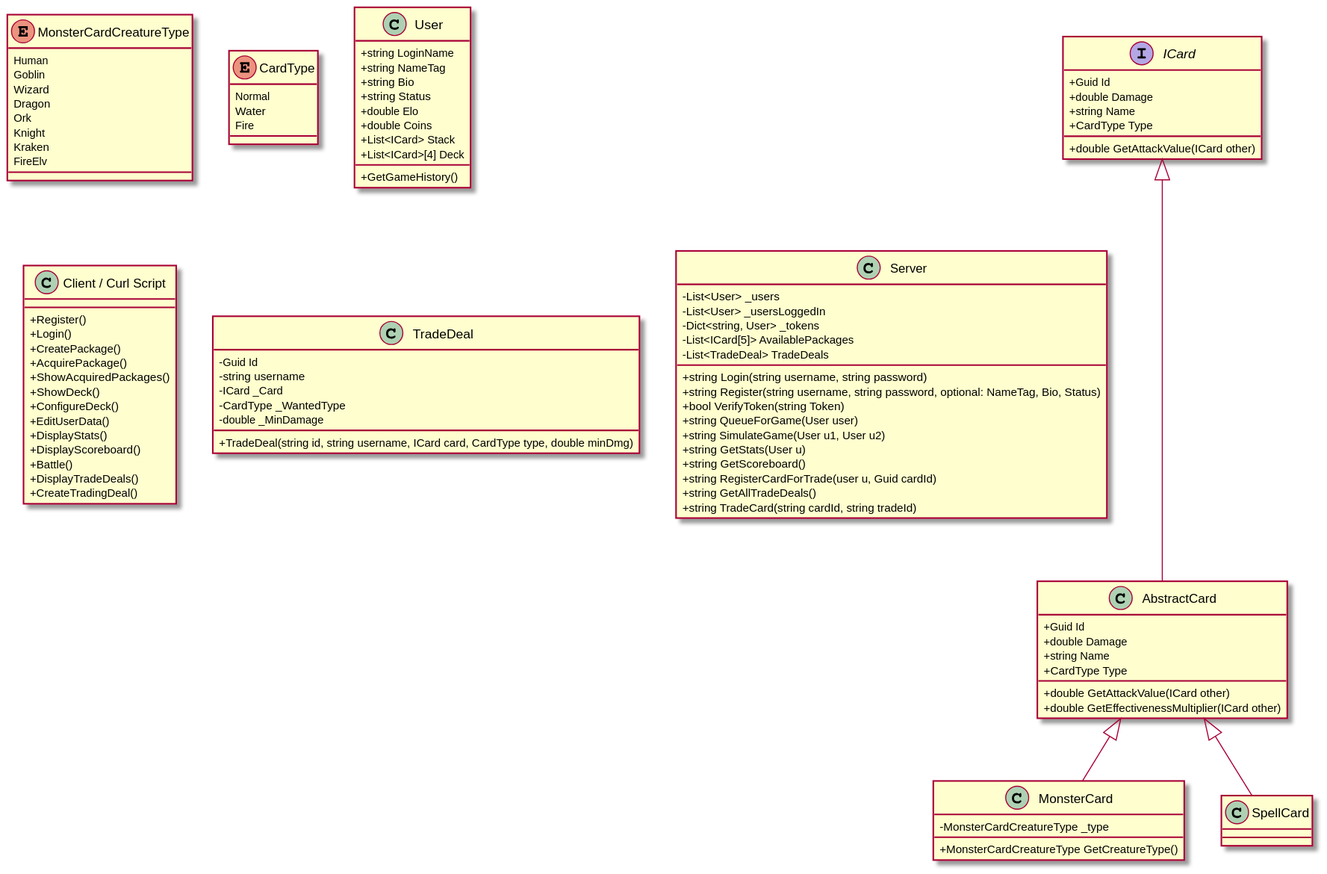
Before: class_diagram.svg, a diagram exported from PlantUML (cellularegg/swe-mtcg).
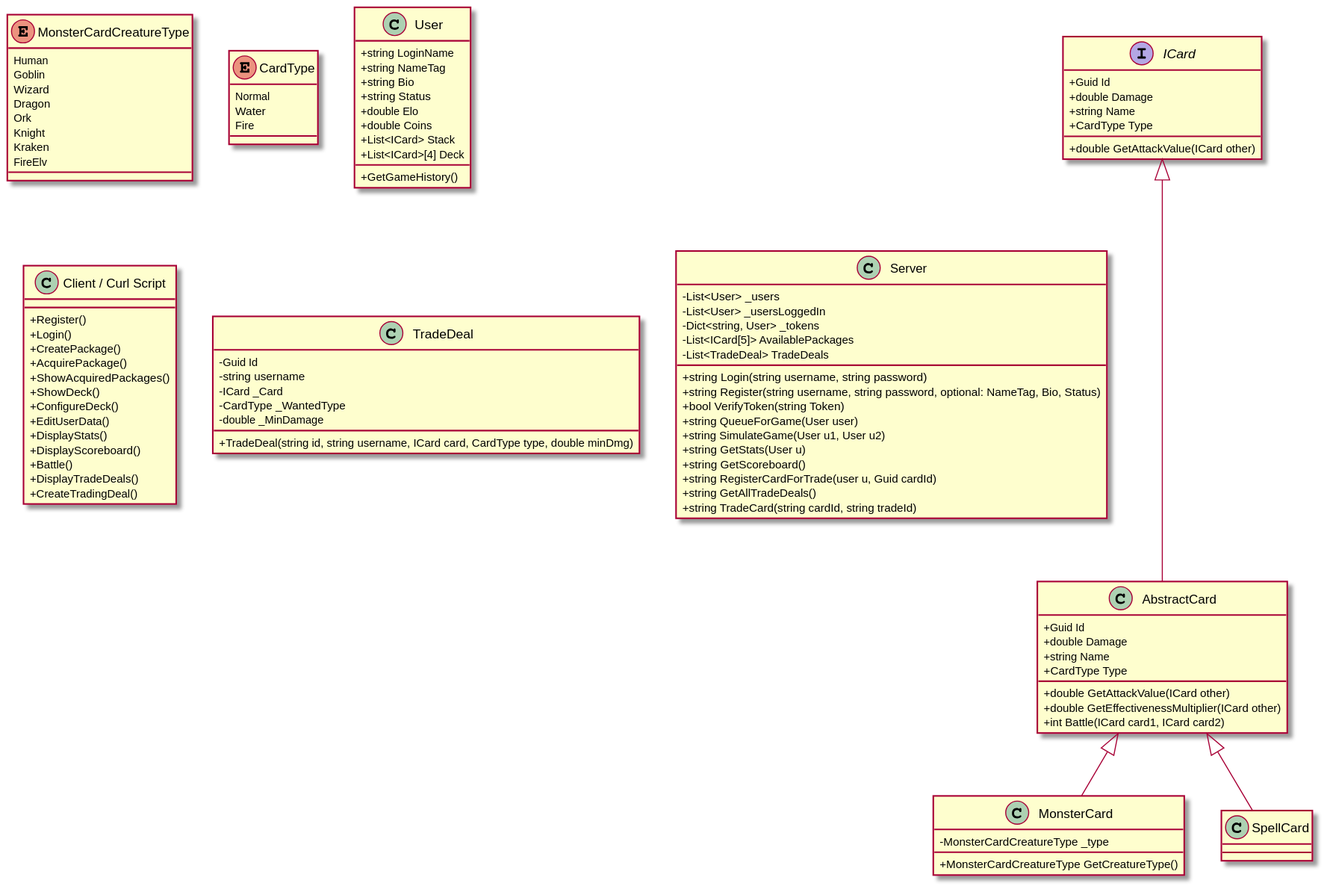
After the commit.

Commit message:
updated class diagram

The edit, as a diff of the source:
```diff
@@ -16,6 +16,7 @@
  +CardType Type
  +double GetAttackValue(ICard other)
  +double GetEffectivenessMultiplier(ICard other)
+ +int Battle(ICard card1, ICard card2)
 }
 ICard <|--- AbstractCard
 
```
